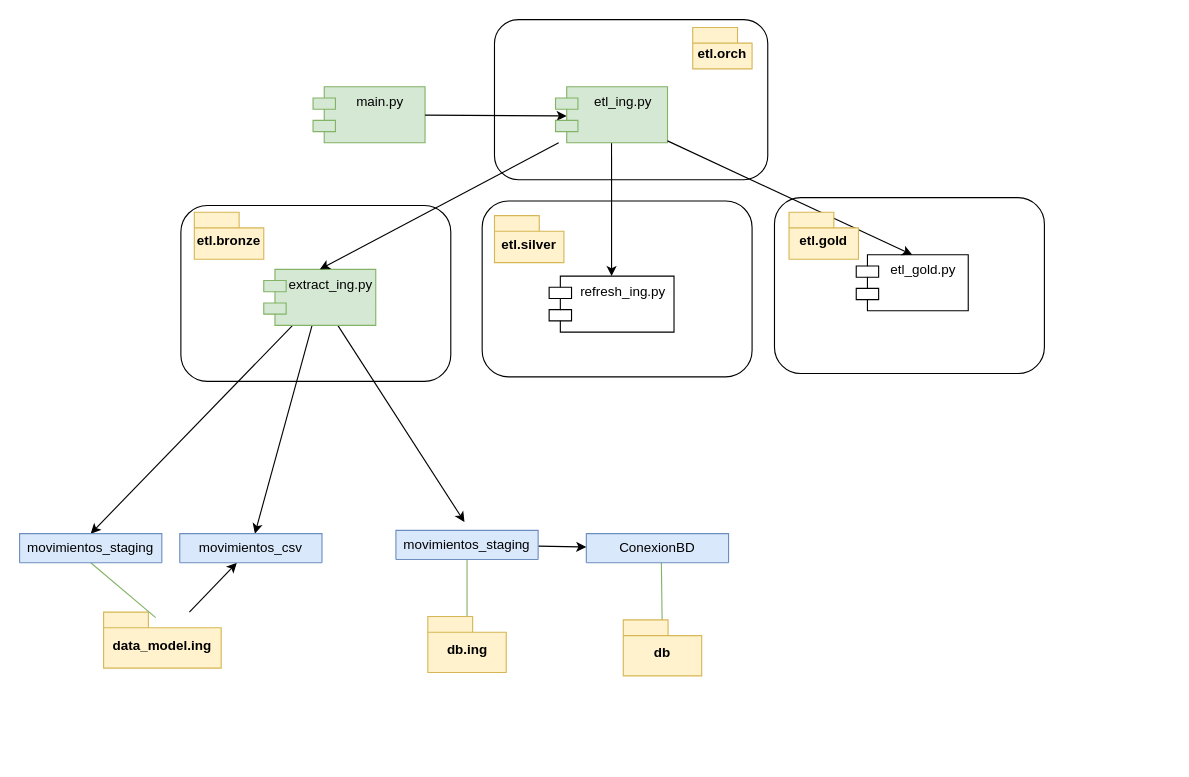
The draw.io diagram page "Classes diagram" (6 of 7) of diagrams/diagrams.dio in cperezh/DataEng_Patterns, before the edit. Source tidied: cells renumbered, new cells numbered last; positions are measured from the earlier drawing's top-left corner, leaving out a move shared by most shapes. Both pictures are drawn from the tidied source at 112%, with x=0, y=0 at pixel (19, 19).
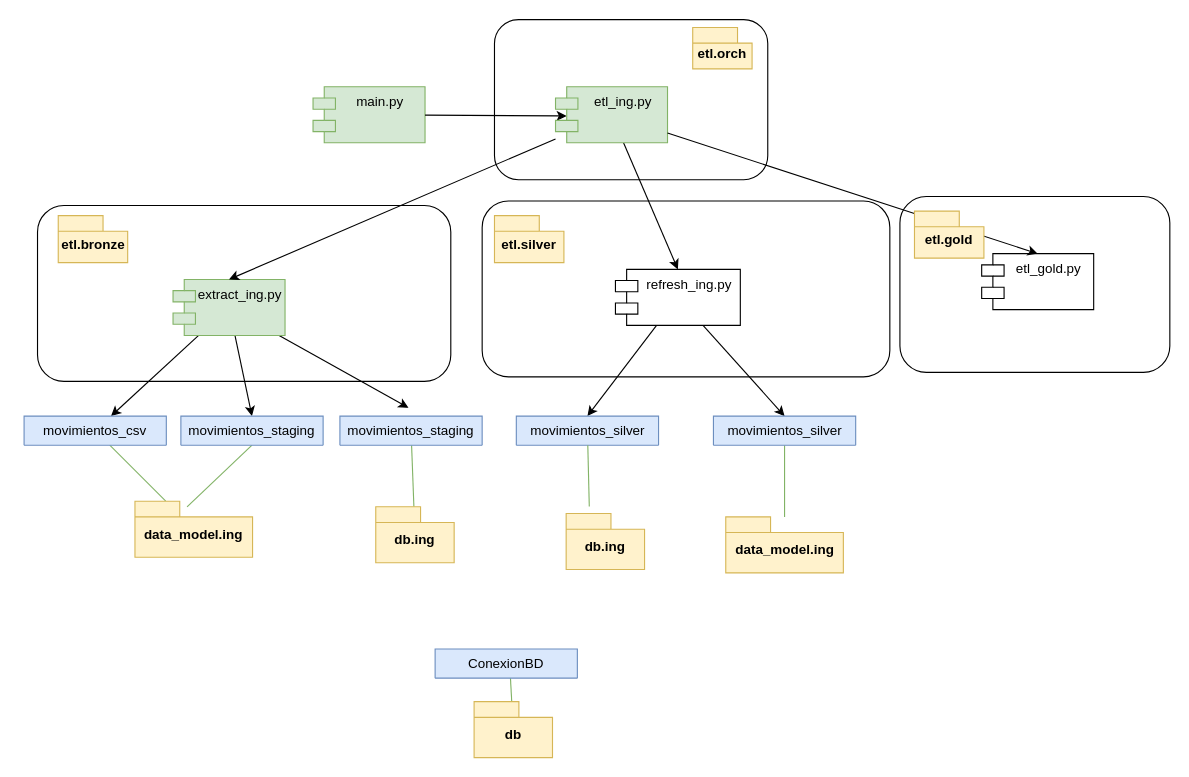
The same page after the edit.

What changed in the source:
```diff
@@
     <mxCell id="2" style="rounded=1;whiteSpace=wrap;html=1;" parent="1" vertex="1">
-      <mxGeometry x="674" y="159" width="241" height="157" as="geometry" />
+      <mxGeometry x="786" y="158" width="241" height="157" as="geometry" />
     </mxCell>
     <mxCell id="3" style="rounded=1;whiteSpace=wrap;html=1;" parent="1" vertex="1">
-      <mxGeometry x="413" y="162" width="241" height="157" as="geometry" />
+      <mxGeometry x="413" y="162" width="364" height="157" as="geometry" />
     </mxCell>
@@
     <mxCell id="5" style="rounded=1;whiteSpace=wrap;html=1;" parent="1" vertex="1">
-      <mxGeometry x="144" y="166" width="241" height="157" as="geometry" />
+      <mxGeometry x="16" y="166" width="369" height="157" as="geometry" />
     </mxCell>
     <mxCell id="6" value="etl.bronze" style="shape=folder;fontStyle=1;spacingTop=10;tabWidth=40;tabHeight=14;tabPosition=left;html=1;whiteSpace=wrap;fillColor=#fff2cc;strokeColor=#d6b656;" parent="1" vertex="1">
-      <mxGeometry x="156" y="172" width="62" height="42" as="geometry" />
+      <mxGeometry x="34.5" y="175" width="62" height="42" as="geometry" />
     </mxCell>
@@
     <mxCell id="10" value="extract_ing.py" style="shape=module;align=center;spacingLeft=20;align=center;verticalAlign=top;whiteSpace=wrap;html=1;strokeColor=#82b366;fontFamily=Helvetica;fontSize=12;fillColor=#d5e8d4;" parent="1" vertex="1">
-      <mxGeometry x="218" y="223" width="100" height="50" as="geometry" />
+      <mxGeometry x="137" y="232" width="100" height="50" as="geometry" />
     </mxCell>
@@
+    <mxCell id="34" style="edgeStyle=none;html=1;entryX=0.5;entryY=0;entryDx=0;entryDy=0;" parent="1" edge="1" source="13" target="36">
+      <mxGeometry relative="1" as="geometry" />
+    </mxCell>
+    <mxCell id="35" style="edgeStyle=none;html=1;entryX=0.5;entryY=0;entryDx=0;entryDy=0;" parent="1" edge="1" source="13" target="41">
+      <mxGeometry relative="1" as="geometry" />
+    </mxCell>
     <mxCell id="13" value="refresh_ing.py" style="shape=module;align=left;spacingLeft=20;align=center;verticalAlign=top;whiteSpace=wrap;html=1;" parent="1" vertex="1">
-      <mxGeometry x="472.8" y="229" width="111.5" height="50" as="geometry" />
+      <mxGeometry x="532" y="223" width="111.5" height="50" as="geometry" />
     </mxCell>
     <mxCell id="14" value="etl_gold.py" style="shape=module;align=left;spacingLeft=20;align=center;verticalAlign=top;whiteSpace=wrap;html=1;" parent="1" vertex="1">
-      <mxGeometry x="747" y="210" width="100" height="50" as="geometry" />
+      <mxGeometry x="859" y="209" width="100" height="50" as="geometry" />
     </mxCell>
@@
     <mxCell id="16" value="db" style="shape=folder;fontStyle=1;spacingTop=10;tabWidth=40;tabHeight=14;tabPosition=left;html=1;whiteSpace=wrap;fillColor=#fff2cc;strokeColor=#d6b656;" parent="1" vertex="1">
-      <mxGeometry x="539" y="536" width="70" height="50" as="geometry" />
+      <mxGeometry x="405.8" y="609" width="70" height="50" as="geometry" />
     </mxCell>
-    <mxCell id="17" style="edgeStyle=none;html=1;" parent="1" edge="1" source="18" target="23">
+    <mxCell id="17" style="edgeStyle=none;html=1;rounded=1;strokeColor=#82b366;align=center;verticalAlign=middle;fontFamily=Helvetica;fontSize=11;fontColor=default;labelBackgroundColor=default;endArrow=none;endFill=0;fillColor=#d5e8d4;" parent="1" edge="1" source="18" target="23">
       <mxGeometry relative="1" as="geometry" />
     </mxCell>
     <mxCell id="18" value="data_model.ing" style="shape=folder;fontStyle=1;spacingTop=10;tabWidth=40;tabHeight=14;tabPosition=left;html=1;whiteSpace=wrap;fillColor=#fff2cc;strokeColor=#d6b656;" parent="1" vertex="1">
-      <mxGeometry x="75" y="529" width="105" height="50" as="geometry" />
+      <mxGeometry x="103" y="430" width="105" height="50" as="geometry" />
     </mxCell>
@@
     <mxCell id="23" value="movimientos_csv" style="swimlane;fontStyle=0;horizontal=1;startSize=26;fillColor=#dae8fc;whiteSpace=wrap;html=1;strokeColor=#6c8ebf;" parent="1" vertex="1" collapsed="1">
-      <mxGeometry x="143" y="459" width="127" height="26" as="geometry" />
+      <mxGeometry x="4" y="354" width="127" height="26" as="geometry" />
     </mxCell>
     <mxCell id="24" value="movimientos_staging" style="swimlane;fontStyle=0;horizontal=1;startSize=26;fillColor=#dae8fc;whiteSpace=wrap;html=1;strokeColor=#6c8ebf;" parent="1" vertex="1" collapsed="1">
-      <mxGeometry y="459" width="127" height="26" as="geometry" />
+      <mxGeometry x="144" y="354" width="127" height="26" as="geometry" />
     </mxCell>
@@
     <mxCell id="27" value="db.ing" style="shape=folder;fontStyle=1;spacingTop=10;tabWidth=40;tabHeight=14;tabPosition=left;html=1;whiteSpace=wrap;fillColor=#fff2cc;strokeColor=#d6b656;" parent="1" vertex="1">
-      <mxGeometry x="364.5" y="533" width="70" height="50" as="geometry" />
+      <mxGeometry x="318" y="435" width="70" height="50" as="geometry" />
     </mxCell>
     <mxCell id="28" value="ConexionBD" style="swimlane;fontStyle=0;horizontal=1;startSize=26;fillColor=#dae8fc;whiteSpace=wrap;html=1;strokeColor=#6c8ebf;" parent="1" vertex="1" collapsed="1">
-      <mxGeometry x="506" y="459" width="127" height="26" as="geometry" />
+      <mxGeometry x="371" y="562" width="127" height="26" as="geometry" />
     </mxCell>
-    <mxCell id="29" style="edgeStyle=none;html=1;" parent="1" edge="1" source="30" target="28">
-      <mxGeometry relative="1" as="geometry" />
-    </mxCell>
     <mxCell id="30" value="movimientos_staging" style="swimlane;fontStyle=0;horizontal=1;startSize=26;fillColor=#dae8fc;whiteSpace=wrap;html=1;strokeColor=#6c8ebf;" parent="1" vertex="1" collapsed="1">
-      <mxGeometry x="336" y="456" width="127" height="26" as="geometry" />
+      <mxGeometry x="286" y="354" width="127" height="26" as="geometry" />
     </mxCell>
@@
     <mxCell id="33" value="etl.gold" style="shape=folder;fontStyle=1;spacingTop=10;tabWidth=40;tabHeight=14;tabPosition=left;html=1;whiteSpace=wrap;fillColor=#fff2cc;strokeColor=#d6b656;" parent="1" vertex="1">
-      <mxGeometry x="687" y="172" width="62" height="42" as="geometry" />
+      <mxGeometry x="799" y="171" width="62" height="42" as="geometry" />
     </mxCell>
+    <mxCell id="36" value="movimientos_silver" style="swimlane;fontStyle=0;horizontal=1;startSize=26;fillColor=#dae8fc;whiteSpace=wrap;html=1;strokeColor=#6c8ebf;" parent="1" vertex="1" collapsed="1">
+      <mxGeometry x="443.5" y="354" width="127" height="26" as="geometry" />
+    </mxCell>
+    <mxCell id="37" value="db.ing" style="shape=folder;fontStyle=1;spacingTop=10;tabWidth=40;tabHeight=14;tabPosition=left;html=1;whiteSpace=wrap;fillColor=#fff2cc;strokeColor=#d6b656;" parent="1" vertex="1">
+      <mxGeometry x="488" y="441" width="70" height="50" as="geometry" />
+    </mxCell>
+    <mxCell id="38" style="edgeStyle=none;html=1;entryX=0.295;entryY=-0.124;entryDx=0;entryDy=0;entryPerimeter=0;rounded=1;strokeColor=#82b366;align=center;verticalAlign=middle;fontFamily=Helvetica;fontSize=11;fontColor=default;labelBackgroundColor=default;endArrow=none;endFill=0;fillColor=#d5e8d4;" parent="1" edge="1" source="36" target="37">
+      <mxGeometry relative="1" as="geometry" />
+    </mxCell>
+    <mxCell id="39" style="edgeStyle=none;html=1;rounded=1;strokeColor=#82b366;align=center;verticalAlign=middle;fontFamily=Helvetica;fontSize=11;fontColor=default;labelBackgroundColor=default;endArrow=none;endFill=0;fillColor=#d5e8d4;" parent="1" edge="1" source="40" target="41">
+      <mxGeometry relative="1" as="geometry" />
+    </mxCell>
+    <mxCell id="40" value="data_model.ing" style="shape=folder;fontStyle=1;spacingTop=10;tabWidth=40;tabHeight=14;tabPosition=left;html=1;whiteSpace=wrap;fillColor=#fff2cc;strokeColor=#d6b656;" parent="1" vertex="1">
+      <mxGeometry x="630.5" y="444" width="105" height="50" as="geometry" />
+    </mxCell>
+    <mxCell id="41" value="movimientos_silver" style="swimlane;fontStyle=0;horizontal=1;startSize=26;fillColor=#dae8fc;whiteSpace=wrap;html=1;strokeColor=#6c8ebf;" parent="1" vertex="1" collapsed="1">
+      <mxGeometry x="619.5" y="354" width="127" height="26" as="geometry" />
+    </mxCell>
```
